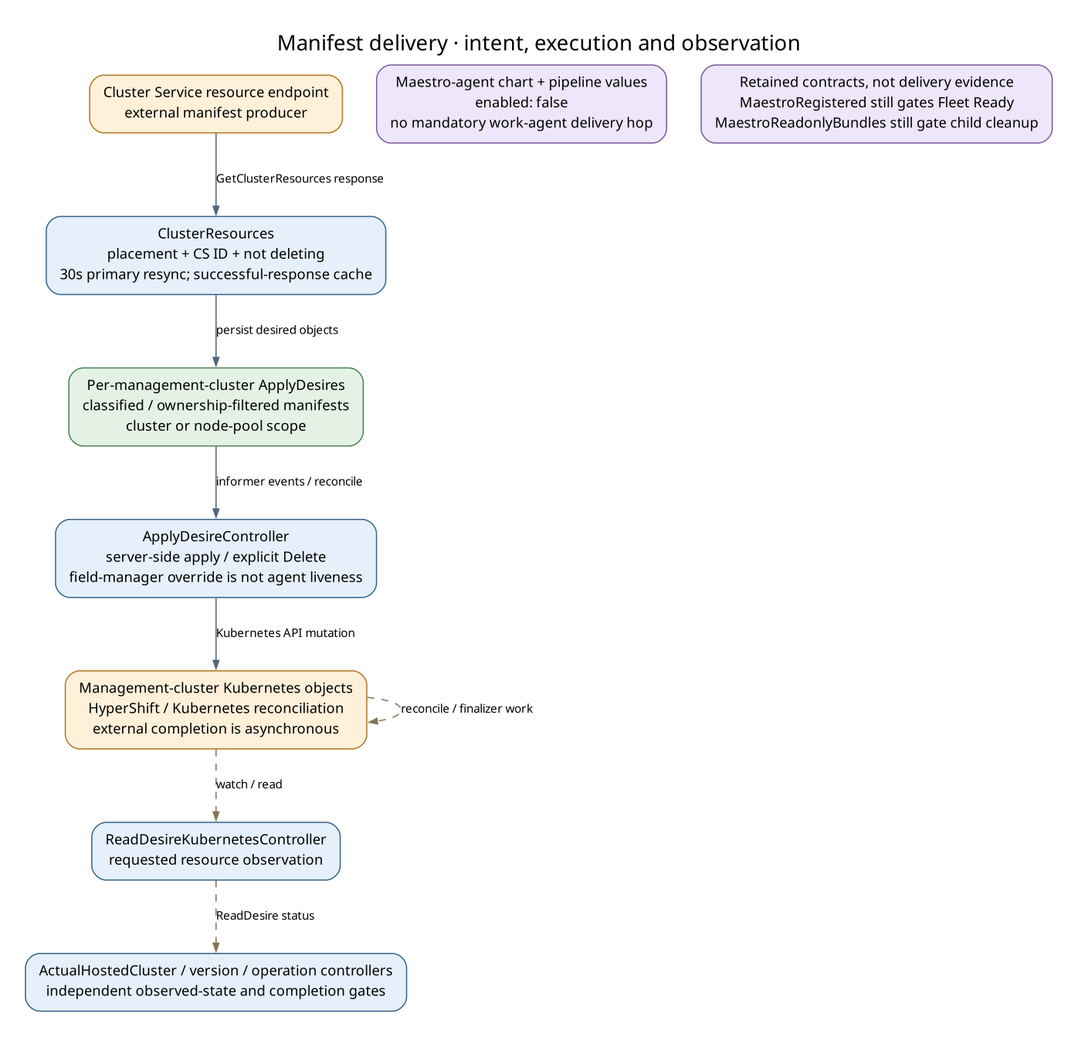
Above: docs/generated/diagrams/controller-flows/manifest-delivery.png in Azure/ARO-HCP (Graphviz), before the change. Its source is kept beside it as docs/generated/diagrams/controller-flows/manifest-delivery.dot.
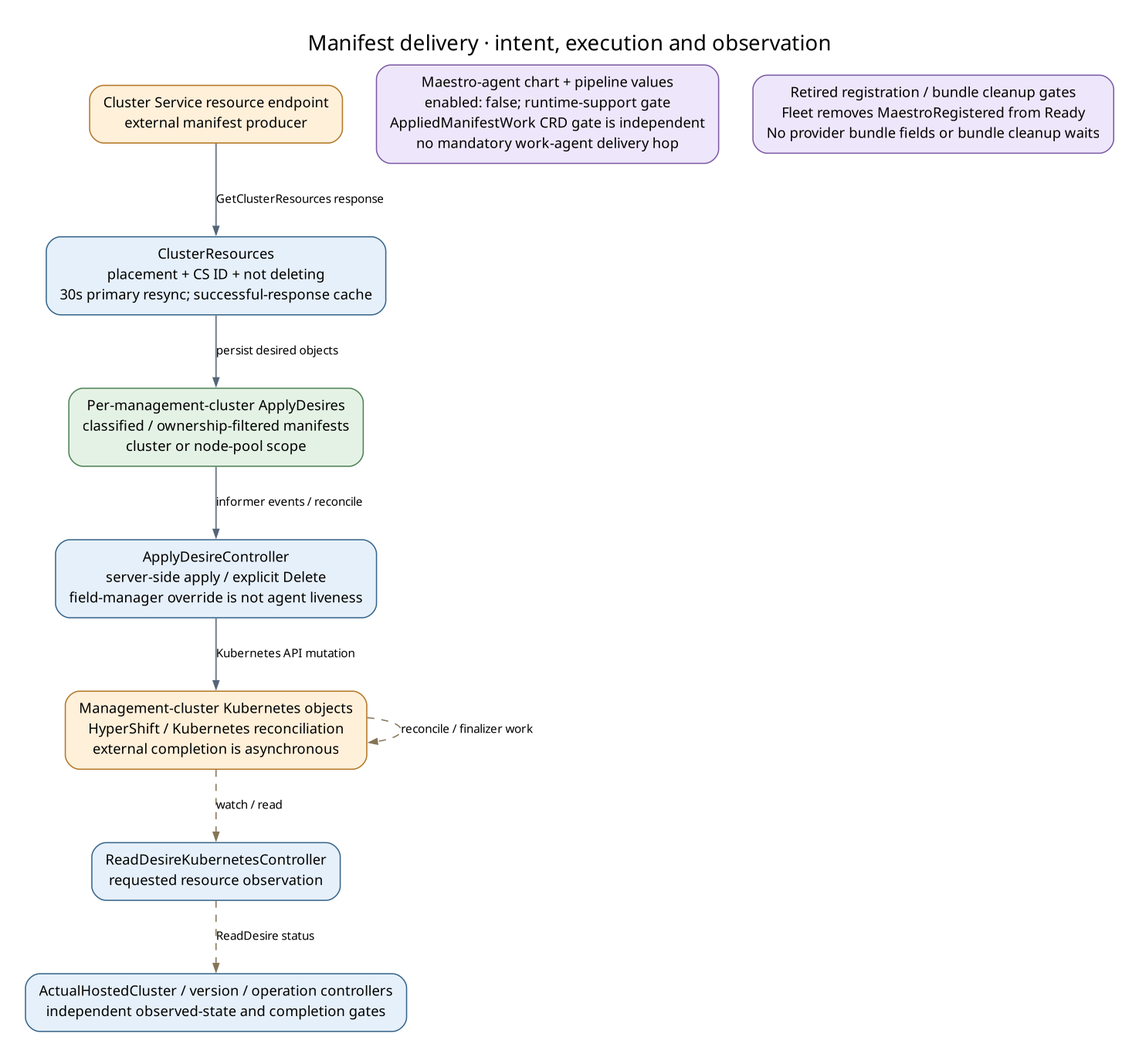
After the change.

Diff of the diagram source:
```diff
@@ -9,8 +9,8 @@
   objects [label="Management-cluster Kubernetes objects\nHyperShift / Kubernetes reconciliation\nexternal completion is asynchronous", fillcolor="#fff0da", color="#b27624"];
   read [label="ReadDesireKubernetesController\nrequested resource observation"];
   backend [label="ActualHostedCluster / version / operation controllers\nindependent observed-state and completion gates"];
-  config [label="Maestro-agent chart + pipeline values\nenabled: false\nno mandatory work-agent delivery hop", fillcolor="#eee7fb", color="#7b59a4"];
-  legacy [label="Retained contracts, not delivery evidence\nMaestroRegistered still gates Fleet Ready\nMaestroReadonlyBundles still gate child cleanup", fillcolor="#eee7fb", color="#7b59a4"];
+  config [label="Maestro-agent chart + pipeline values\nenabled: false; runtime-support gate\nAppliedManifestWork CRD gate is independent\nno mandatory work-agent delivery hop", fillcolor="#eee7fb", color="#7b59a4"];
+  legacy [label="Retired registration / bundle cleanup gates\nFleet removes MaestroRegistered from Ready\nNo provider bundle fields or bundle cleanup waits", fillcolor="#eee7fb", color="#7b59a4"];
   cs -> fetch [label="GetClusterResources response"];
   fetch -> intent [label="persist desired objects"];
   intent -> apply [label="informer events / reconcile"];
```
